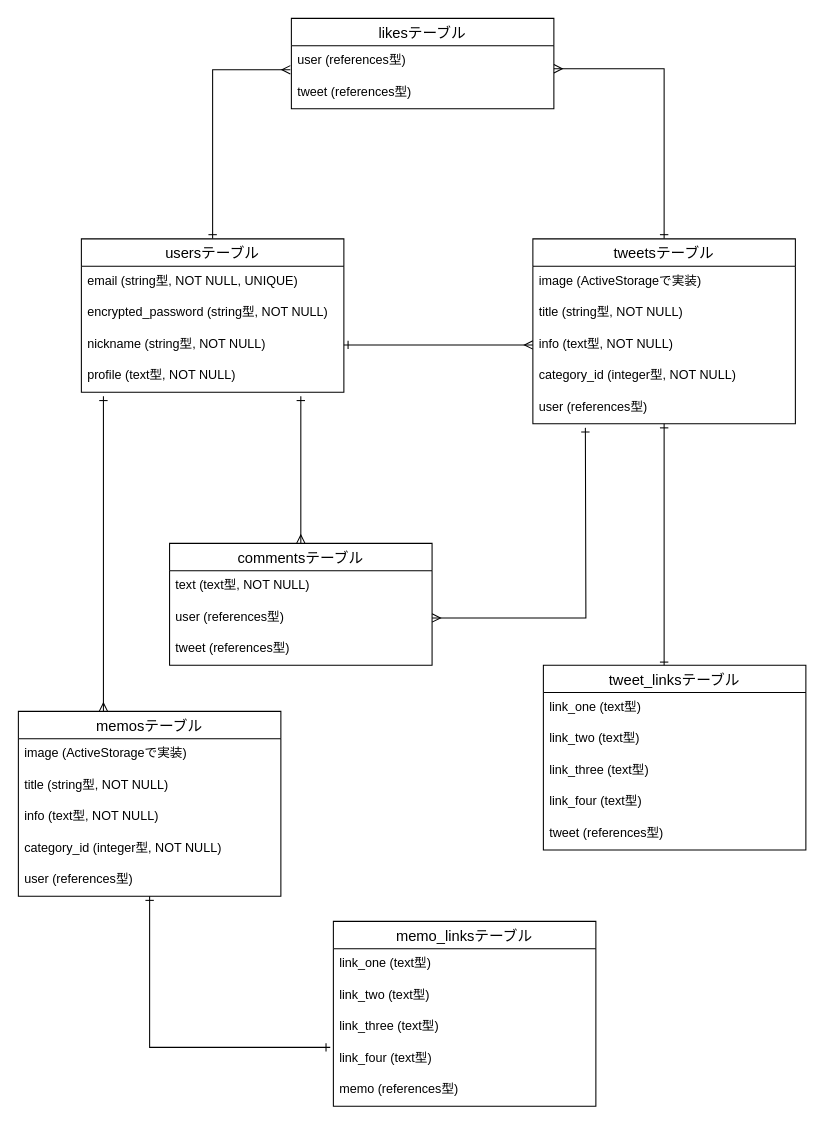
This is program_share_app.dio from deguchi0527/program-share-app, a draw.io file, before an edit. Source tidied: cells renumbered, new cells numbered last; positions are measured from the earlier drawing's top-left corner, leaving out a move shared by most shapes. Both pictures are drawn from the tidied source at 105%, with x=0, y=0 at pixel (18, 18).
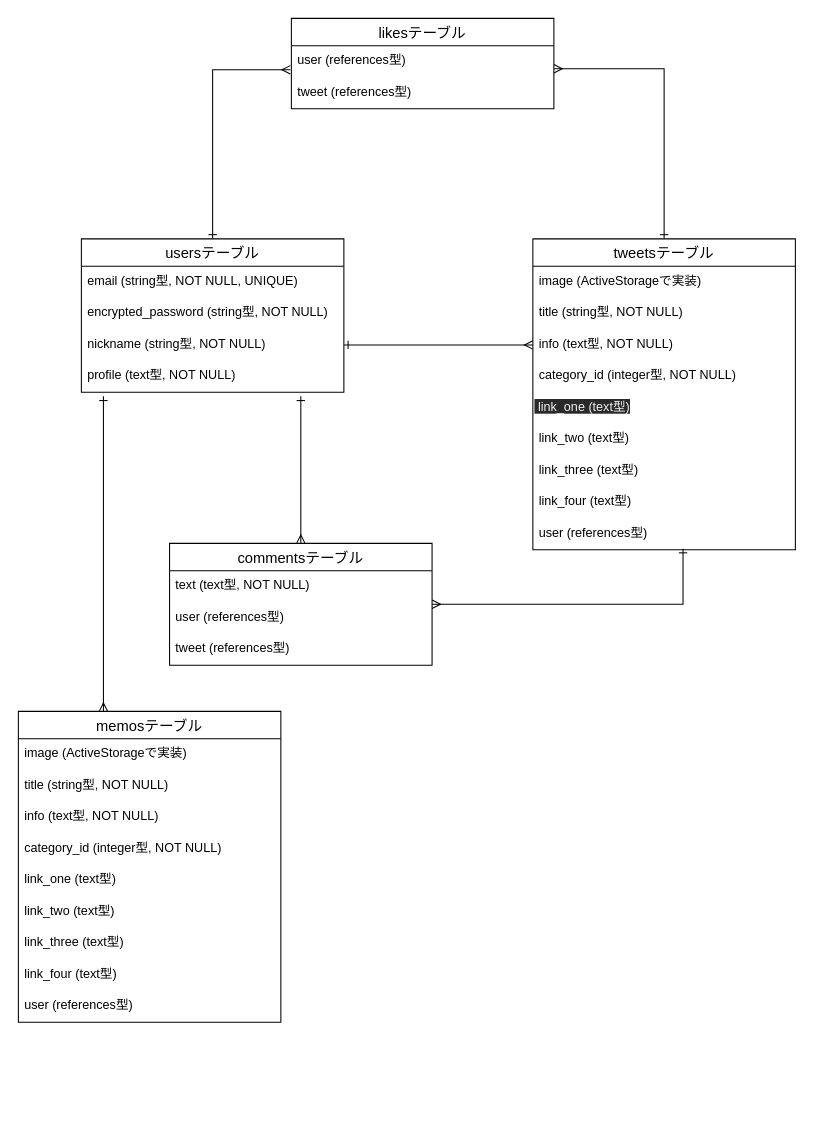
Above is the later version.

Commit message (it also covers changes not shown here):
DB設計の修正

The change refers to these unchanged cells:
```xml
<mxCell id="17" value="commentsテーブル" style="swimlane;fontStyle=0;horizontal=1;startSize=26;align=center;fontSize=14;" parent="1" vertex="1">
  <mxGeometry x="144" y="500" width="250" height="116" as="geometry" />
</mxCell>
<mxCell id="19" value="user (references型)" style="text;strokeColor=none;fillColor=none;spacingLeft=4;spacingRight=4;overflow=hidden;points=[[0,0.5],[1,0.5]];portConstraint=eastwest;fontSize=12;" parent="17" vertex="1">
  <mxGeometry y="56" width="250" height="30" as="geometry" />
</mxCell>
```

Change to the diagram source:
```diff
@@
-    <mxCell id="9" style="edgeStyle=orthogonalEdgeStyle;rounded=0;jettySize=auto;html=1;entryX=0.46;entryY=0.006;entryDx=0;entryDy=0;entryPerimeter=0;startArrow=ERone;startFill=0;endArrow=ERone;endFill=0;" parent="1" edge="1" source="10" target="34">
-      <mxGeometry relative="1" as="geometry" />
-    </mxCell>
     <mxCell id="10" value="tweetsテーブル" style="swimlane;fontStyle=0;horizontal=1;startSize=26;align=center;fontSize=14;" parent="1" vertex="1">
-      <mxGeometry x="490" y="210" width="250" height="176" as="geometry" />
+      <mxGeometry x="490" y="210" width="250" height="296" as="geometry" />
     </mxCell>
@@
+    <mxCell id="46" value="&lt;span style=&quot;color: rgb(240 , 240 , 240) ; font-family: &amp;#34;helvetica&amp;#34; ; font-size: 12px ; font-style: normal ; font-weight: 400 ; letter-spacing: normal ; text-align: left ; text-indent: 0px ; text-transform: none ; word-spacing: 0px ; background-color: rgb(42 , 42 , 42) ; display: inline ; float: none&quot;&gt;&amp;nbsp;link_one (text型)&lt;/span&gt;" style="text;whiteSpace=wrap;html=1;" parent="10" vertex="1">
+      <mxGeometry y="146" width="250" height="30" as="geometry" />
+    </mxCell>
+    <mxCell id="47" value="link_two (text型)" style="text;strokeColor=none;fillColor=none;spacingLeft=4;spacingRight=4;overflow=hidden;fontSize=12;" parent="10" vertex="1">
+      <mxGeometry y="176" width="250" height="30" as="geometry" />
+    </mxCell>
+    <mxCell id="48" value="link_three (text型)" style="text;strokeColor=none;fillColor=none;spacingLeft=4;spacingRight=4;overflow=hidden;fontSize=12;" parent="10" vertex="1">
+      <mxGeometry y="206" width="250" height="30" as="geometry" />
+    </mxCell>
+    <mxCell id="49" value="link_four (text型)" style="text;strokeColor=none;fillColor=none;spacingLeft=4;spacingRight=4;overflow=hidden;fontSize=12;" parent="10" vertex="1">
+      <mxGeometry y="236" width="250" height="30" as="geometry" />
+    </mxCell>
     <mxCell id="15" value="user (references型)" style="text;strokeColor=none;fillColor=none;spacingLeft=4;spacingRight=4;overflow=hidden;points=[[0,0.5],[1,0.5]];portConstraint=eastwest;fontSize=12;" parent="10" vertex="1">
-      <mxGeometry y="146" width="250" height="30" as="geometry" />
+      <mxGeometry y="266" width="250" height="30" as="geometry" />
     </mxCell>
@@
+    <mxCell id="50" style="edgeStyle=orthogonalEdgeStyle;rounded=0;jettySize=auto;html=1;entryX=0.572;entryY=0.967;entryDx=0;entryDy=0;entryPerimeter=0;endArrow=ERone;endFill=0;startArrow=ERmany;startFill=0;" parent="1" edge="1" source="17" target="15">
+      <mxGeometry relative="1" as="geometry" />
+    </mxCell>
@@
-    <mxCell id="22" style="edgeStyle=orthogonalEdgeStyle;rounded=0;jettySize=auto;html=1;exitX=1;exitY=0.5;exitDx=0;exitDy=0;startArrow=ERmany;startFill=0;endArrow=ERone;endFill=0;" parent="1" edge="1" source="19">
-      <mxGeometry relative="1" as="geometry">
-        <mxPoint x="540" y="390" as="targetPoint" />
-      </mxGeometry>
-    </mxCell>
@@
-    <mxCell id="27" style="edgeStyle=orthogonalEdgeStyle;rounded=0;jettySize=auto;html=1;entryX=-0.012;entryY=0.133;entryDx=0;entryDy=0;entryPerimeter=0;startArrow=ERone;startFill=0;endArrow=ERone;endFill=0;" parent="1" edge="1" source="28" target="44">
-      <mxGeometry relative="1" as="geometry">
-        <Array as="points">
-          <mxPoint x="125" y="980" />
-        </Array>
-      </mxGeometry>
-    </mxCell>
     <mxCell id="28" value="memosテーブル" style="swimlane;fontStyle=0;horizontal=1;startSize=26;align=center;fontSize=14;" parent="1" vertex="1">
-      <mxGeometry y="660" width="250" height="176" as="geometry" />
+      <mxGeometry y="660" width="250" height="296" as="geometry" />
     </mxCell>
@@
+    <mxCell id="51" value="link_one (text型)" style="text;strokeColor=none;fillColor=none;spacingLeft=4;spacingRight=4;overflow=hidden;fontSize=12;" parent="28" vertex="1">
+      <mxGeometry y="146" width="250" height="30" as="geometry" />
+    </mxCell>
+    <mxCell id="52" value="link_two (text型)" style="text;strokeColor=none;fillColor=none;spacingLeft=4;spacingRight=4;overflow=hidden;fontSize=12;" parent="28" vertex="1">
+      <mxGeometry y="176" width="250" height="30" as="geometry" />
+    </mxCell>
+    <mxCell id="53" value="link_three (text型)" style="text;strokeColor=none;fillColor=none;spacingLeft=4;spacingRight=4;overflow=hidden;fontSize=12;" parent="28" vertex="1">
+      <mxGeometry y="206" width="250" height="30" as="geometry" />
+    </mxCell>
+    <mxCell id="54" value="link_four (text型)" style="text;strokeColor=none;fillColor=none;spacingLeft=4;spacingRight=4;overflow=hidden;fontSize=12;" parent="28" vertex="1">
+      <mxGeometry y="236" width="250" height="30" as="geometry" />
+    </mxCell>
     <mxCell id="33" value="user (references型)" style="text;strokeColor=none;fillColor=none;spacingLeft=4;spacingRight=4;overflow=hidden;fontSize=12;" parent="28" vertex="1">
-      <mxGeometry y="146" width="250" height="30" as="geometry" />
+      <mxGeometry y="266" width="250" height="30" as="geometry" />
     </mxCell>
-    <mxCell id="34" value="tweet_linksテーブル" style="swimlane;fontStyle=0;horizontal=1;startSize=26;align=center;fontSize=14;" parent="1" vertex="1">
-      <mxGeometry x="500" y="616" width="250" height="176" as="geometry" />
-    </mxCell>
-    <mxCell id="35" value="link_one (text型)" style="text;strokeColor=none;fillColor=none;spacingLeft=4;spacingRight=4;overflow=hidden;fontSize=12;" parent="34" vertex="1">
-      <mxGeometry y="26" width="250" height="30" as="geometry" />
-    </mxCell>
-    <mxCell id="36" value="link_two (text型)" style="text;strokeColor=none;fillColor=none;spacingLeft=4;spacingRight=4;overflow=hidden;fontSize=12;" parent="34" vertex="1">
-      <mxGeometry y="56" width="250" height="30" as="geometry" />
-    </mxCell>
-    <mxCell id="37" value="link_three (text型)" style="text;strokeColor=none;fillColor=none;spacingLeft=4;spacingRight=4;overflow=hidden;fontSize=12;" parent="34" vertex="1">
-      <mxGeometry y="86" width="250" height="30" as="geometry" />
-    </mxCell>
-    <mxCell id="38" value="link_four (text型)" style="text;strokeColor=none;fillColor=none;spacingLeft=4;spacingRight=4;overflow=hidden;fontSize=12;" parent="34" vertex="1">
-      <mxGeometry y="116" width="250" height="30" as="geometry" />
-    </mxCell>
-    <mxCell id="39" value="tweet (references型)" style="text;strokeColor=none;fillColor=none;spacingLeft=4;spacingRight=4;overflow=hidden;fontSize=12;" parent="34" vertex="1">
-      <mxGeometry y="146" width="250" height="30" as="geometry" />
-    </mxCell>
-    <mxCell id="40" value="memo_linksテーブル" style="swimlane;fontStyle=0;horizontal=1;startSize=26;align=center;fontSize=14;" parent="1" vertex="1">
-      <mxGeometry x="300" y="860" width="250" height="176" as="geometry" />
-    </mxCell>
-    <mxCell id="41" value="link_one (text型)" style="text;strokeColor=none;fillColor=none;spacingLeft=4;spacingRight=4;overflow=hidden;fontSize=12;" parent="40" vertex="1">
-      <mxGeometry y="26" width="250" height="30" as="geometry" />
-    </mxCell>
-    <mxCell id="42" value="link_two (text型)" style="text;strokeColor=none;fillColor=none;spacingLeft=4;spacingRight=4;overflow=hidden;fontSize=12;" parent="40" vertex="1">
-      <mxGeometry y="56" width="250" height="30" as="geometry" />
-    </mxCell>
-    <mxCell id="43" value="link_three (text型)" style="text;strokeColor=none;fillColor=none;spacingLeft=4;spacingRight=4;overflow=hidden;fontSize=12;" parent="40" vertex="1">
-      <mxGeometry y="86" width="250" height="30" as="geometry" />
-    </mxCell>
-    <mxCell id="44" value="link_four (text型)" style="text;strokeColor=none;fillColor=none;spacingLeft=4;spacingRight=4;overflow=hidden;points=[[0,0.5],[1,0.5]];portConstraint=eastwest;fontSize=12;" parent="40" vertex="1">
-      <mxGeometry y="116" width="250" height="30" as="geometry" />
-    </mxCell>
-    <mxCell id="45" value="memo (references型)" style="text;strokeColor=none;fillColor=none;spacingLeft=4;spacingRight=4;overflow=hidden;fontSize=12;" parent="40" vertex="1">
-      <mxGeometry y="146" width="250" height="30" as="geometry" />
-    </mxCell>
```
